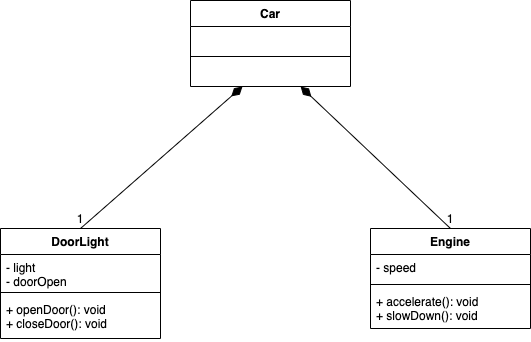
The draw.io diagram SOLID/S/Single Responsibility Class Diagram.png in smitbmx/Architecture-Diagrams, before a commit. Source tidied: cells renumbered, new cells last; positions are measured from the earlier drawing's top-left corner, leaving out a move shared by most shapes.
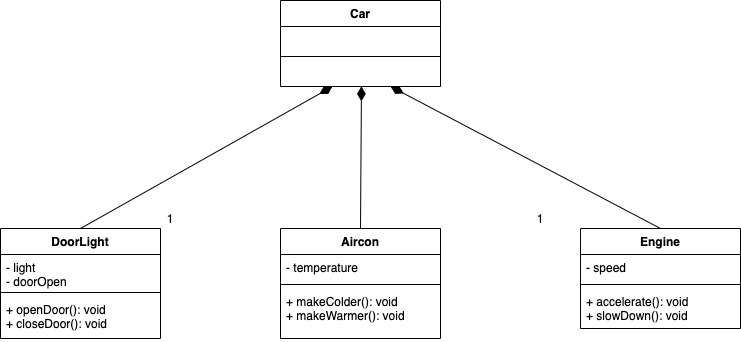
Above is the later version.

Change to the diagram source:
```diff
@@ -15,7 +15,7 @@
       <mxGeometry y="60" width="160" height="26" as="geometry" />
     </mxCell>
     <mxCell id="6" value="DoorLight" style="swimlane;fontStyle=1;align=center;verticalAlign=top;horizontal=1;startSize=26;" parent="1" vertex="1">
-      <mxGeometry y="228" width="160" height="110" as="geometry" />
+      <mxGeometry x="-90" y="228" width="160" height="110" as="geometry" />
     </mxCell>
     <mxCell id="7" value="- light&#10;- doorOpen" style="text;strokeColor=none;fillColor=none;align=left;verticalAlign=top;spacingLeft=4;spacingRight=4;overflow=hidden;" parent="6" vertex="1">
       <mxGeometry y="26" width="160" height="34" as="geometry" />
@@ -27,7 +27,7 @@
       <mxGeometry y="68" width="160" height="42" as="geometry" />
     </mxCell>
     <mxCell id="10" value="Engine" style="swimlane;fontStyle=1;align=center;verticalAlign=top;horizontal=1;startSize=26;" parent="1" vertex="1">
-      <mxGeometry x="370" y="228" width="160" height="100" as="geometry" />
+      <mxGeometry x="490" y="228" width="160" height="100" as="geometry" />
     </mxCell>
     <mxCell id="11" value="- speed" style="text;strokeColor=none;fillColor=none;align=left;verticalAlign=top;spacingLeft=4;spacingRight=4;overflow=hidden;" parent="10" vertex="1">
       <mxGeometry y="26" width="160" height="26" as="geometry" />
@@ -50,5 +50,20 @@
     <mxCell id="17" value="1" style="text;html=1;strokeColor=none;fillColor=none;align=center;verticalAlign=middle;whiteSpace=wrap;rounded=0;" parent="1" vertex="1">
       <mxGeometry x="430" y="208" width="40" height="20" as="geometry" />
     </mxCell>
+    <mxCell id="18" value="Aircon" style="swimlane;fontStyle=1;align=center;verticalAlign=top;horizontal=1;startSize=26;" parent="1" vertex="1">
+      <mxGeometry x="190" y="228" width="160" height="110" as="geometry" />
+    </mxCell>
+    <mxCell id="19" value="- temperature" style="text;strokeColor=none;fillColor=none;align=left;verticalAlign=top;spacingLeft=4;spacingRight=4;overflow=hidden;" parent="18" vertex="1">
+      <mxGeometry y="26" width="160" height="26" as="geometry" />
+    </mxCell>
+    <mxCell id="20" style="line;strokeWidth=1;fillColor=none;align=left;verticalAlign=middle;spacingTop=-1;spacingLeft=3;spacingRight=3;labelPosition=right;" parent="18" vertex="1">
+      <mxGeometry y="52" width="160" height="8" as="geometry" />
+    </mxCell>
+    <mxCell id="21" value="+ makeColder(): void&#10;+ makeWarmer(): void" style="text;strokeColor=none;fillColor=none;align=left;verticalAlign=top;spacingLeft=4;spacingRight=4;overflow=hidden;" parent="18" vertex="1">
+      <mxGeometry y="60" width="160" height="50" as="geometry" />
+    </mxCell>
+    <mxCell id="22" style="endArrow=diamondThin;html=1;exitX=0.5;exitY=0;exitDx=0;exitDy=0;entryX=0.506;entryY=0.994;entryDx=0;entryDy=0;entryPerimeter=0;endFill=1;endSize=12;startSize=8;targetPerimeterSpacing=0;" parent="1" edge="1" source="18" target="5">
+      <mxGeometry relative="1" as="geometry" />
+    </mxCell>
   </root>
 </mxGraphModel>
```
